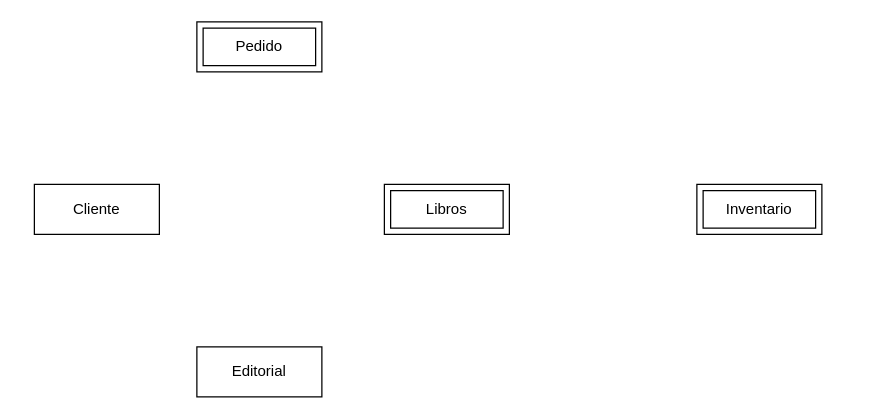
Before: Diagrama sin título.drawio in Zuzed22/Modelado-de-bases-de-datos-entidades-relaciones-y-atributos, a draw.io diagram. Source tidied: cells renumbered, new cells numbered last; positions are measured from the earlier drawing's top-left corner, leaving out a move shared by most shapes. Both pictures are drawn from the tidied source at 125%, with x=0, y=0 at pixel (34, 21).
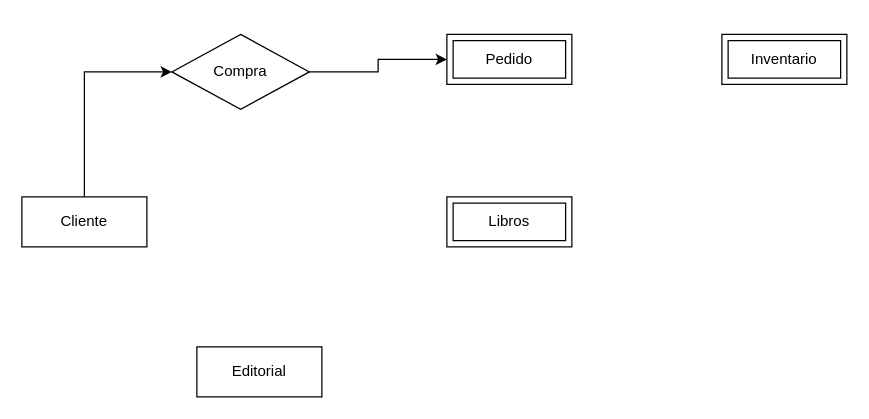
Above is the later version.

Diff of the diagram source:
```diff
@@
 <mxGraphModel>
   <root>
     <mxCell id="0" />
     <mxCell id="1" parent="0" />
+    <mxCell id="7" style="edgeStyle=orthogonalEdgeStyle;rounded=0;jettySize=auto;html=1;exitX=0.5;exitY=0;exitDx=0;exitDy=0;entryX=0;entryY=0.5;entryDx=0;entryDy=0;" parent="1" edge="1" source="2" target="9">
+      <mxGeometry relative="1" as="geometry" />
+    </mxCell>
     <mxCell id="2" value="Cliente" style="whiteSpace=wrap;html=1;align=center;" parent="1" vertex="1">
-      <mxGeometry y="130" width="100" height="40" as="geometry" />
+      <mxGeometry x="-10" y="140" width="100" height="40" as="geometry" />
     </mxCell>
     <mxCell id="3" value="Pedido" style="shape=ext;margin=3;double=1;whiteSpace=wrap;html=1;align=center;" parent="1" vertex="1">
-      <mxGeometry x="130" width="100" height="40" as="geometry" />
+      <mxGeometry x="330" y="10" width="100" height="40" as="geometry" />
     </mxCell>
     <mxCell id="4" value="Editorial" style="whiteSpace=wrap;html=1;align=center;" parent="1" vertex="1">
       <mxGeometry x="130" y="260" width="100" height="40" as="geometry" />
     </mxCell>
     <mxCell id="5" value="Libros" style="shape=ext;margin=3;double=1;whiteSpace=wrap;html=1;align=center;" parent="1" vertex="1">
-      <mxGeometry x="280" y="130" width="100" height="40" as="geometry" />
+      <mxGeometry x="330" y="140" width="100" height="40" as="geometry" />
     </mxCell>
     <mxCell id="6" value="Inventario" style="shape=ext;margin=3;double=1;whiteSpace=wrap;html=1;align=center;" parent="1" vertex="1">
-      <mxGeometry x="530" y="130" width="100" height="40" as="geometry" />
+      <mxGeometry x="550" y="10" width="100" height="40" as="geometry" />
     </mxCell>
+    <mxCell id="8" style="edgeStyle=orthogonalEdgeStyle;rounded=0;jettySize=auto;html=1;exitX=1;exitY=0.5;exitDx=0;exitDy=0;" parent="1" edge="1" source="9" target="3">
+      <mxGeometry relative="1" as="geometry" />
+    </mxCell>
+    <mxCell id="9" value="Compra" style="shape=rhombus;perimeter=rhombusPerimeter;whiteSpace=wrap;html=1;align=center;" parent="1" vertex="1">
+      <mxGeometry x="110" y="10" width="110" height="60" as="geometry" />
+    </mxCell>
   </root>
 </mxGraphModel>
```
